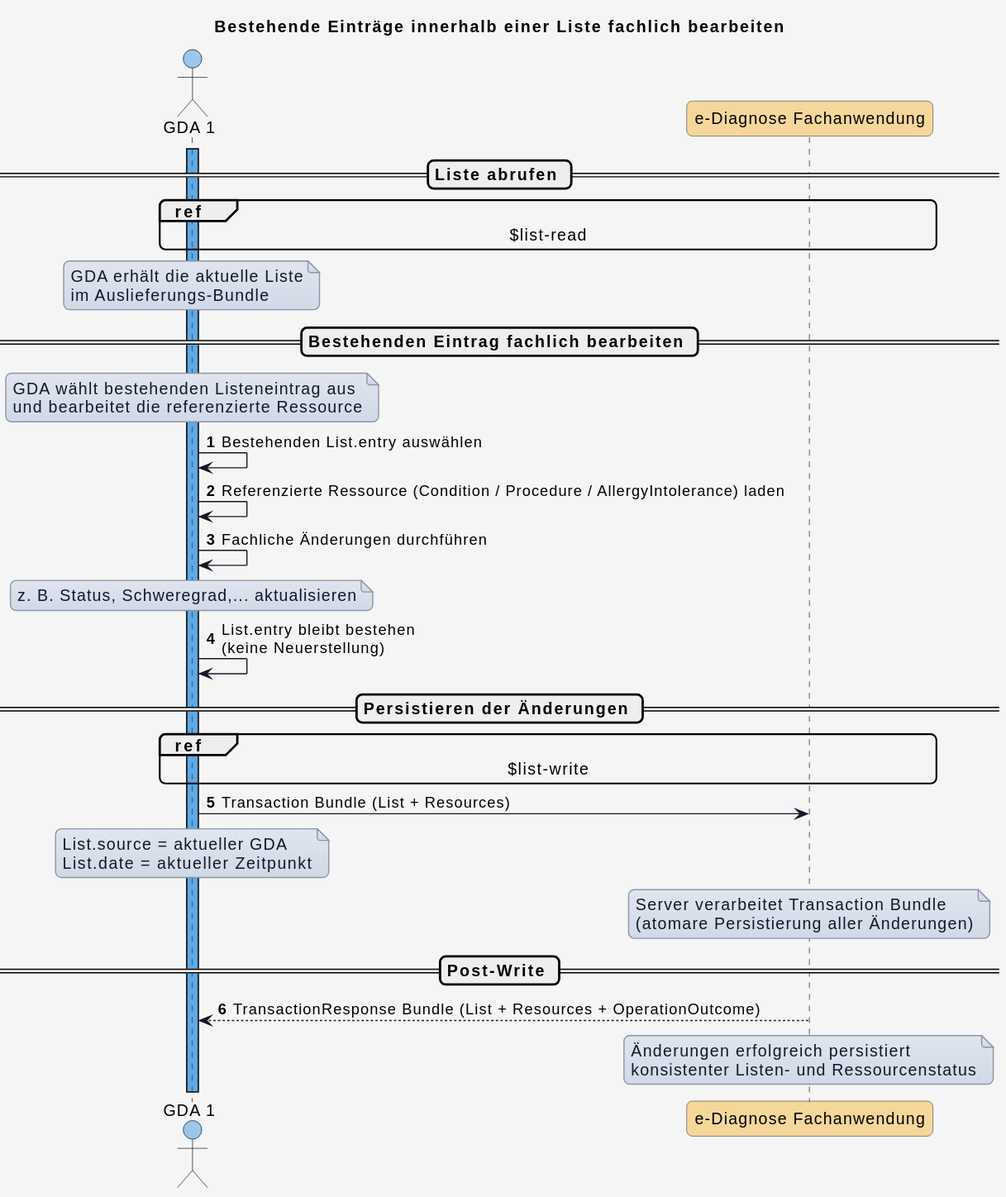
Above: input/images/plantuml/diagram_uc_06_03.svg in HL7Austria/ELGA-e-Diagnose-R4 (PlantUML), before the change.
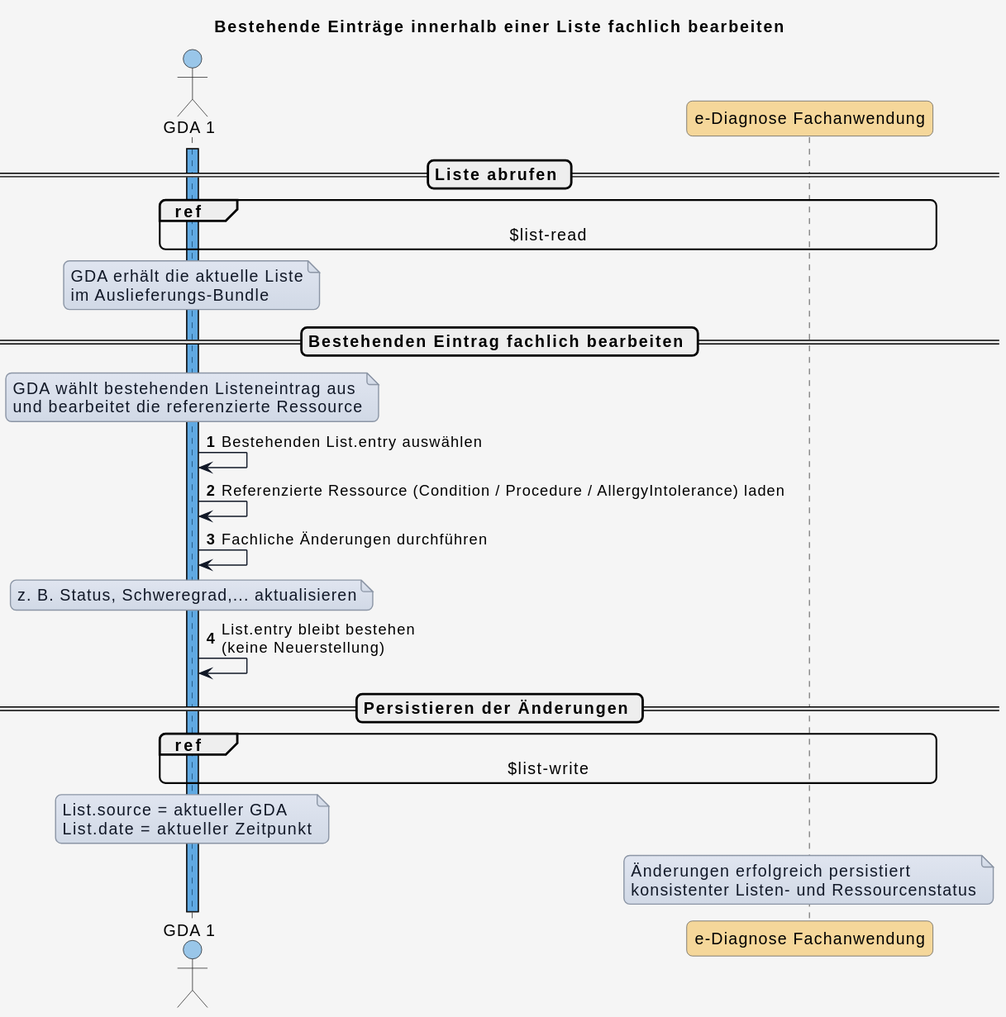
The same diagram one commit later.

Diff of the diagram source:
```diff
@@ -86,23 +86,12 @@
 
 ref over GDA_1, eDiag_FA : $list-write
 
-GDA_1 -> eDiag_FA : Transaction Bundle (List + Resources)
-
 note over GDA_1
 List.source = aktueller GDA
 List.date = aktueller Zeitpunkt
 end note
 
 note over eDiag_FA
-Server verarbeitet Transaction Bundle
-(atomare Persistierung aller Änderungen)
-end note
-
-== Post-Write ==
-
-eDiag_FA --> GDA_1 : TransactionResponse Bundle (List + Resources + OperationOutcome)
-
-note over eDiag_FA
 Änderungen erfolgreich persistiert
 konsistenter Listen- und Ressourcenstatus
 end note
```
